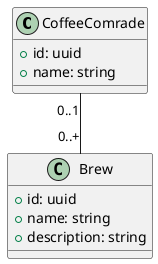
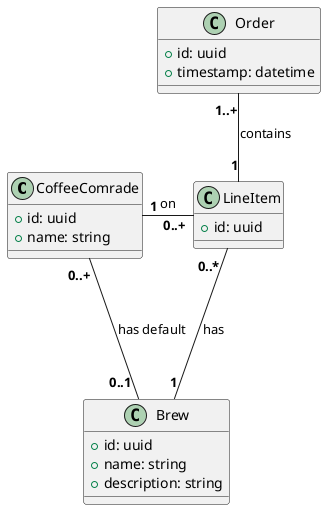
@startuml

class "CoffeeComrade" as cc {
    + id: uuid
    + name: string
}

class "Brew" as br {
    + id: uuid
    + name: string
    + description: string
}

- cc "0..1"--"0..+" br
+ class "Order" as or {
+     + id: uuid
+     + timestamp: datetime
+ }
+ 
+ ' keep line items very simple, quantities can be expressed with multiple rows of the same foreign keys
+ class "LineItem" as li {
+     + id: uuid
+ }
+ 
+ cc "<b>0..+"-"<b>0..1 " br : has default
+ or "<b>1..+"--"<b>1" li : contains
+ li "<b>0..* "---"<b>1" br : has
+ cc "<b>1"-"<b>0..+" li : on

@enduml